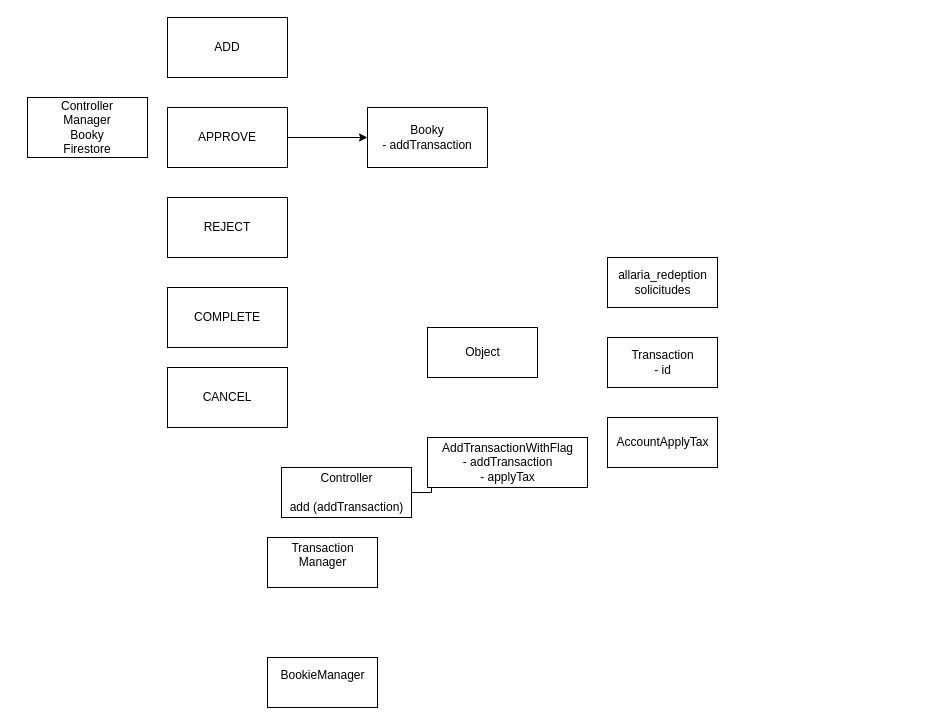
Before: Untitled Diagram.drawio in jaimequispe241094/Proyecto_Agenda, a draw.io diagram. Source tidied: cells renumbered, new cells numbered last; positions are measured from the earlier drawing's top-left corner, leaving out a move shared by most shapes. Both pictures are drawn from the tidied source at 100%, with x=0, y=0 at pixel (27, 17).
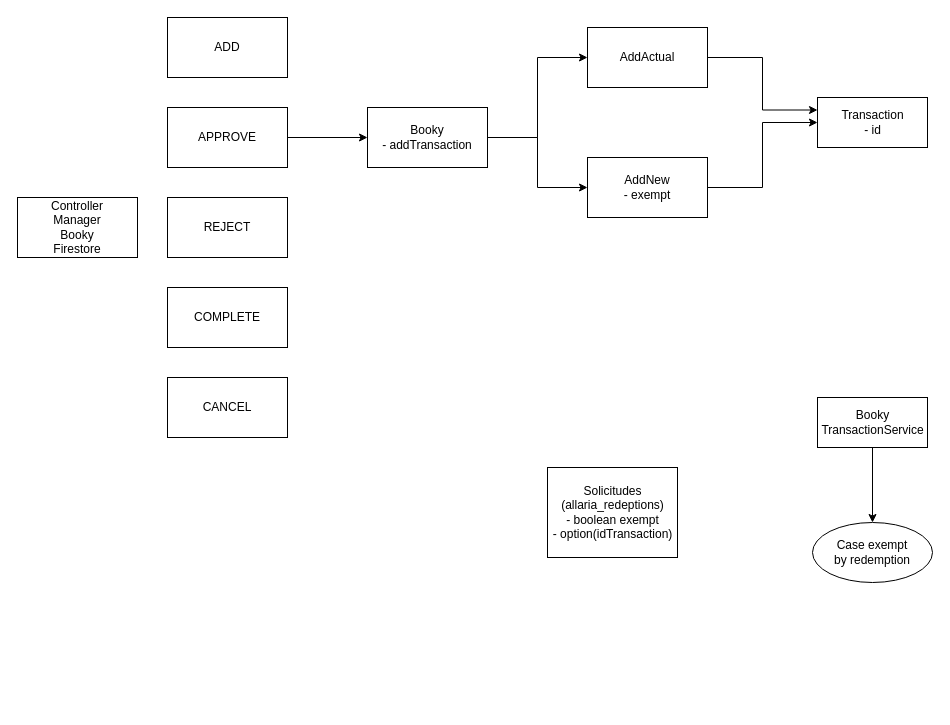
After the change.

The change refers to these unchanged cells:
```xml
<mxCell id="18" value="&lt;div&gt;Booky&lt;/div&gt;&lt;div&gt;- addTransaction&lt;br&gt;&lt;/div&gt;" style="whiteSpace=wrap;html=1;rounded=0;" parent="1" vertex="1">
  <mxGeometry x="340" y="90" width="120" height="60" as="geometry" />
</mxCell>
```

What changed in the source:
```diff
@@
-    <mxCell id="2" style="edgeStyle=orthogonalEdgeStyle;rounded=0;jettySize=auto;html=1;entryX=0;entryY=0.5;entryDx=0;entryDy=0;" parent="1" edge="1" source="3" target="8">
-      <mxGeometry relative="1" as="geometry" />
-    </mxCell>
-    <mxCell id="3" value="&lt;div&gt;Controller&lt;/div&gt;&lt;div&gt;&lt;br&gt;&lt;/div&gt;&lt;div&gt;add (addTransaction)&lt;/div&gt;" style="html=1;" parent="1" vertex="1">
-      <mxGeometry x="254" y="450" width="130" height="50" as="geometry" />
-    </mxCell>
-    <mxCell id="4" value="&lt;div&gt;BookieManager&lt;/div&gt;&lt;div&gt;&lt;br&gt;&lt;/div&gt;" style="html=1;" parent="1" vertex="1">
-      <mxGeometry x="240" y="640" width="110" height="50" as="geometry" />
-    </mxCell>
-    <mxCell id="5" value="&lt;div&gt;allaria_redeption&lt;/div&gt;&lt;div&gt;solicitudes&lt;br&gt;&lt;/div&gt;" style="html=1;" parent="1" vertex="1">
-      <mxGeometry x="580" y="240" width="110" height="50" as="geometry" />
+    <mxCell id="5" value="&lt;div&gt;Solicitudes&lt;/div&gt;&lt;div&gt;(allaria_redeptions)&lt;/div&gt;&lt;div&gt;- boolean exempt&lt;/div&gt;&lt;div&gt;- option(idTransaction)&lt;/div&gt;" style="html=1;" parent="1" vertex="1">
+      <mxGeometry x="520" y="450" width="130" height="90" as="geometry" />
     </mxCell>
-    <mxCell id="6" value="AccountApplyTax" style="html=1;" parent="1" vertex="1">
-      <mxGeometry x="580" y="400" width="110" height="50" as="geometry" />
-    </mxCell>
-    <mxCell id="7" value="&lt;div&gt;Transaction&lt;/div&gt;&lt;div&gt;- id&lt;br&gt;&lt;/div&gt;" style="html=1;" parent="1" vertex="1">
-      <mxGeometry x="580" y="320" width="110" height="50" as="geometry" />
-    </mxCell>
-    <mxCell id="8" value="&lt;div&gt;AddTransactionWithFlag&lt;/div&gt;&lt;div&gt;- addTransaction&lt;/div&gt;&lt;div&gt;- applyTax&lt;br&gt;&lt;/div&gt;" style="html=1;" parent="1" vertex="1">
-      <mxGeometry x="400" y="420" width="160" height="50" as="geometry" />
-    </mxCell>
+    <mxCell id="19" style="edgeStyle=orthogonalEdgeStyle;rounded=0;jettySize=auto;html=1;" parent="1" edge="1" source="9" target="26">
+      <mxGeometry relative="1" as="geometry" />
+    </mxCell>
-    <mxCell id="9" value="Transaction&lt;div&gt;Manager&lt;/div&gt;&lt;div&gt;&lt;br&gt;&lt;/div&gt;" style="html=1;" parent="1" vertex="1">
-      <mxGeometry x="240" y="520" width="110" height="50" as="geometry" />
+    <mxCell id="9" value="&lt;div&gt;Booky&lt;/div&gt;&lt;div&gt;TransactionService&lt;/div&gt;" style="html=1;" parent="1" vertex="1">
+      <mxGeometry x="790" y="380" width="110" height="50" as="geometry" />
     </mxCell>
-    <mxCell id="10" value="Object" style="html=1;" parent="1" vertex="1">
-      <mxGeometry x="400" y="310" width="110" height="50" as="geometry" />
+    <mxCell id="10" value="&lt;div&gt;Transaction&lt;/div&gt;&lt;div&gt;- id&lt;br&gt;&lt;/div&gt;" style="html=1;" parent="1" vertex="1">
+      <mxGeometry x="790" y="80" width="110" height="50" as="geometry" />
     </mxCell>
     <mxCell id="11" value="&lt;div&gt;Controller&lt;/div&gt;&lt;div&gt;Manager&lt;/div&gt;&lt;div&gt;Booky&lt;/div&gt;&lt;div&gt;Firestore&lt;br&gt;&lt;/div&gt;" style="rounded=0;whiteSpace=wrap;html=1;" parent="1" vertex="1">
-      <mxGeometry y="80" width="120" height="60" as="geometry" />
+      <mxGeometry x="-10" y="180" width="120" height="60" as="geometry" />
     </mxCell>
@@
     <mxCell id="13" value="CANCEL" style="rounded=0;whiteSpace=wrap;html=1;" parent="1" vertex="1">
-      <mxGeometry x="140" y="350" width="120" height="60" as="geometry" />
+      <mxGeometry x="140" y="360" width="120" height="60" as="geometry" />
     </mxCell>
@@
+    <mxCell id="20" style="edgeStyle=orthogonalEdgeStyle;rounded=0;jettySize=auto;html=1;" parent="1" edge="1" source="18" target="23">
+      <mxGeometry relative="1" as="geometry">
+        <Array as="points">
+          <mxPoint x="510" y="120" />
+          <mxPoint x="510" y="40" />
+        </Array>
+      </mxGeometry>
+    </mxCell>
+    <mxCell id="21" style="edgeStyle=orthogonalEdgeStyle;rounded=0;jettySize=auto;html=1;" parent="1" edge="1" source="18" target="25">
+      <mxGeometry relative="1" as="geometry" />
+    </mxCell>
@@
+    <mxCell id="22" style="edgeStyle=orthogonalEdgeStyle;rounded=0;jettySize=auto;html=1;exitX=1;exitY=0.5;exitDx=0;exitDy=0;entryX=0;entryY=0.25;entryDx=0;entryDy=0;" parent="1" edge="1" source="23" target="10">
+      <mxGeometry relative="1" as="geometry" />
+    </mxCell>
+    <mxCell id="23" value="AddActual" style="whiteSpace=wrap;html=1;rounded=0;" parent="1" vertex="1">
+      <mxGeometry x="560" y="10" width="120" height="60" as="geometry" />
+    </mxCell>
+    <mxCell id="24" style="edgeStyle=orthogonalEdgeStyle;rounded=0;jettySize=auto;html=1;entryX=0;entryY=0.5;entryDx=0;entryDy=0;" parent="1" edge="1" source="25" target="10">
+      <mxGeometry relative="1" as="geometry" />
+    </mxCell>
+    <mxCell id="25" value="&lt;div&gt;AddNew&lt;/div&gt;&lt;div&gt;- exempt&lt;br&gt;&lt;/div&gt;" style="whiteSpace=wrap;html=1;rounded=0;" parent="1" vertex="1">
+      <mxGeometry x="560" y="140" width="120" height="60" as="geometry" />
+    </mxCell>
+    <mxCell id="26" value="&lt;div&gt;Case exempt&lt;/div&gt;&lt;div&gt;by redemption&lt;br&gt;&lt;/div&gt;" style="ellipse;whiteSpace=wrap;html=1;" parent="1" vertex="1">
+      <mxGeometry x="785" y="505" width="120" height="60" as="geometry" />
+    </mxCell>
```
